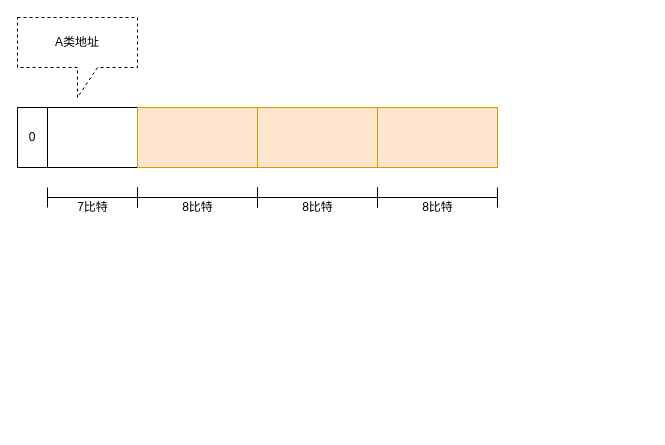
This is ipType.drawio from LmyPotato/Image, a draw.io file, before an edit. Source tidied: cells renumbered, new cells numbered last; positions are measured from the earlier drawing's top-left corner, leaving out a move shared by most shapes. Both pictures are drawn from the tidied source at 100%, with x=0, y=0 at pixel (17, 17).
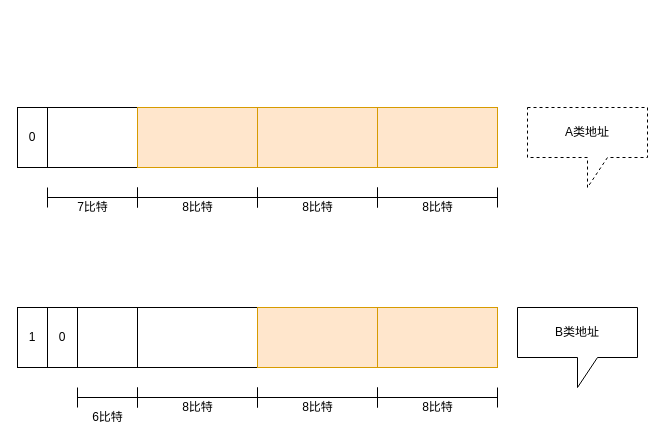
The same diagram, later.

Diff of the diagram source:
```diff
@@
     <mxCell id="6" value="A类地址" style="shape=callout;whiteSpace=wrap;html=1;perimeter=calloutPerimeter;dashed=1;" parent="1" vertex="1">
-      <mxGeometry width="120" height="80" as="geometry" />
+      <mxGeometry x="510" y="90" width="120" height="80" as="geometry" />
     </mxCell>
@@
+    <mxCell id="16" style="rounded=0;whiteSpace=wrap;html=1;" parent="1" vertex="1">
+      <mxGeometry y="290" width="120" height="60" as="geometry" />
+    </mxCell>
+    <mxCell id="17" style="rounded=0;whiteSpace=wrap;html=1;" parent="1" vertex="1">
+      <mxGeometry x="120" y="290" width="120" height="60" as="geometry" />
+    </mxCell>
+    <mxCell id="18" style="rounded=0;whiteSpace=wrap;html=1;fillColor=#ffe6cc;strokeColor=#d79b00;" parent="1" vertex="1">
+      <mxGeometry x="240" y="290" width="120" height="60" as="geometry" />
+    </mxCell>
+    <mxCell id="19" style="rounded=0;whiteSpace=wrap;html=1;fillColor=#ffe6cc;strokeColor=#d79b00;" parent="1" vertex="1">
+      <mxGeometry x="360" y="290" width="120" height="60" as="geometry" />
+    </mxCell>
+    <mxCell id="20" style="shape=crossbar;whiteSpace=wrap;html=1;rounded=1;" parent="1" vertex="1">
+      <mxGeometry x="240" y="370" width="120" height="20" as="geometry" />
+    </mxCell>
+    <mxCell id="21" value="8比特" style="text;html=1;align=center;verticalAlign=middle;fillColor=none;strokeColor=none;rounded=0;" parent="1" vertex="1">
+      <mxGeometry x="275" y="380" width="50" height="20" as="geometry" />
+    </mxCell>
+    <mxCell id="22" style="shape=crossbar;whiteSpace=wrap;html=1;rounded=1;" parent="1" vertex="1">
+      <mxGeometry x="360" y="370" width="120" height="20" as="geometry" />
+    </mxCell>
+    <mxCell id="23" value="8比特" style="text;html=1;align=center;verticalAlign=middle;fillColor=none;strokeColor=none;rounded=0;dashed=1;" parent="1" vertex="1">
+      <mxGeometry x="395" y="380" width="50" height="20" as="geometry" />
+    </mxCell>
+    <mxCell id="24" value="1" style="rounded=0;whiteSpace=wrap;html=1;" parent="1" vertex="1">
+      <mxGeometry y="290" width="30" height="60" as="geometry" />
+    </mxCell>
+    <mxCell id="25" value="0" style="rounded=0;whiteSpace=wrap;html=1;" parent="1" vertex="1">
+      <mxGeometry x="30" y="290" width="30" height="60" as="geometry" />
+    </mxCell>
+    <mxCell id="26" style="shape=crossbar;whiteSpace=wrap;html=1;rounded=1;" parent="1" vertex="1">
+      <mxGeometry x="120" y="370" width="120" height="20" as="geometry" />
+    </mxCell>
+    <mxCell id="27" value="8比特" style="text;html=1;align=center;verticalAlign=middle;fillColor=none;strokeColor=none;rounded=0;" parent="1" vertex="1">
+      <mxGeometry x="155" y="380" width="50" height="20" as="geometry" />
+    </mxCell>
+    <mxCell id="28" style="shape=crossbar;whiteSpace=wrap;html=1;rounded=1;" parent="1" vertex="1">
+      <mxGeometry x="60" y="370" width="60" height="20" as="geometry" />
+    </mxCell>
+    <mxCell id="29" value="6比特" style="text;html=1;align=center;verticalAlign=middle;fillColor=none;strokeColor=none;rounded=0;" parent="1" vertex="1">
+      <mxGeometry x="65" y="390" width="50" height="20" as="geometry" />
+    </mxCell>
+    <mxCell id="30" value="B类地址" style="shape=callout;whiteSpace=wrap;html=1;perimeter=calloutPerimeter;" parent="1" vertex="1">
+      <mxGeometry x="500" y="290" width="120" height="80" as="geometry" />
+    </mxCell>
```
